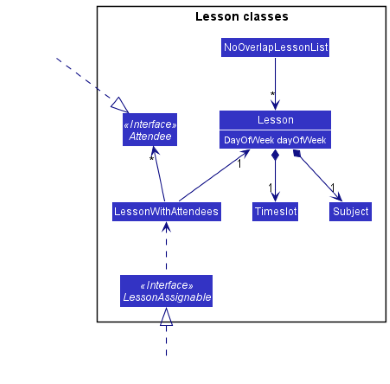
nus-cs2103-AY2122S1/tp keeps this PlantUML diagram as docs/images/LessonDiagram.png. Above is the earlier version. Its source is kept beside it as docs/diagrams/LessonDiagram.puml.
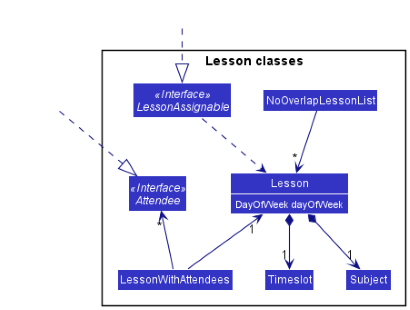
After the change.

Change to the diagram source:
```diff
@@ -29,7 +29,7 @@
 LessonWithAttendees -up-> "1" Lesson
 LessonWithAttendees -up-> "*" Attendee
 
-LessonAssignable .up.>LessonWithAttendees
-HiddenOutside2 .up.|> LessonAssignable
+LessonAssignable .down.> Lesson
+HiddenOutside2 ..|> LessonAssignable
 HiddenOutside ..|> Attendee
 @enduml
```
